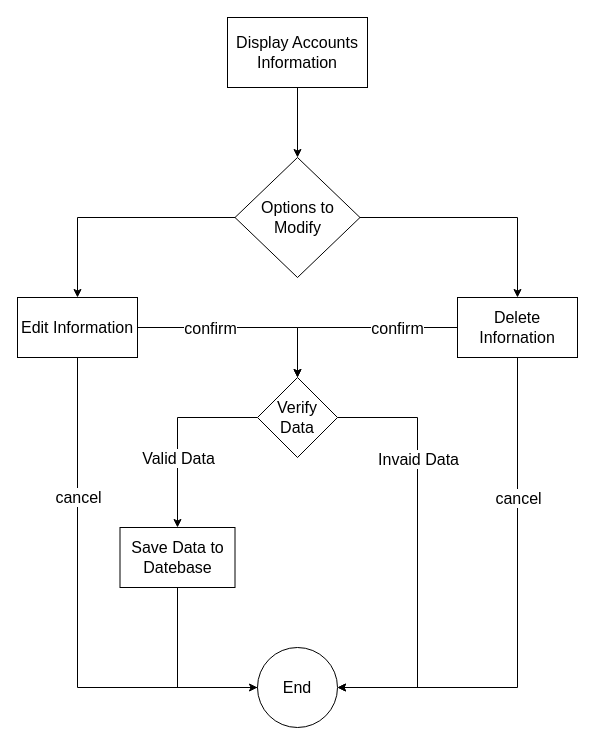
The draw.io diagram activities.drawio in Thxnxt/data, before the edit. Source tidied: cells renumbered, new cells numbered last; positions are measured from the earlier drawing's top-left corner, leaving out a move shared by most shapes. Both pictures are drawn from the tidied source at 100%, with x=0, y=0 at pixel (17, 17).
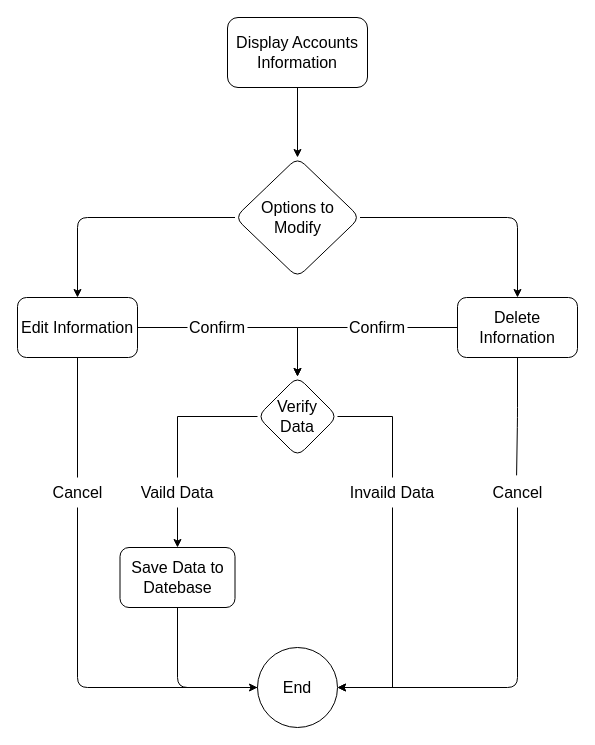
The same page after the edit.

Diff of the diagram source:
```diff
@@
-    <mxCell id="2" style="edgeStyle=orthogonalEdgeStyle;rounded=0;jettySize=auto;html=1;" parent="1" edge="1" source="3" target="6">
+    <mxCell id="2" style="edgeStyle=orthogonalEdgeStyle;rounded=1;jettySize=auto;html=1;labelBackgroundColor=none;fontColor=default;" parent="1" edge="1" source="3" target="6">
       <mxGeometry relative="1" as="geometry" />
     </mxCell>
-    <mxCell id="3" value="&lt;font style=&quot;font-size: 16px;&quot;&gt;Display Accounts Information&lt;/font&gt;" style="rounded=0;whiteSpace=wrap;html=1;" parent="1" vertex="1">
+    <mxCell id="3" value="&lt;font style=&quot;font-size: 16px;&quot;&gt;Display Accounts Information&lt;/font&gt;" style="rounded=1;whiteSpace=wrap;html=1;labelBackgroundColor=none;" parent="1" vertex="1">
       <mxGeometry x="210" width="140" height="70" as="geometry" />
     </mxCell>
-    <mxCell id="4" style="edgeStyle=orthogonalEdgeStyle;rounded=0;jettySize=auto;html=1;" parent="1" edge="1" source="6" target="10">
+    <mxCell id="4" style="edgeStyle=orthogonalEdgeStyle;rounded=1;jettySize=auto;html=1;labelBackgroundColor=none;fontColor=default;" parent="1" edge="1" source="6" target="10">
       <mxGeometry relative="1" as="geometry" />
     </mxCell>
-    <mxCell id="5" style="edgeStyle=orthogonalEdgeStyle;rounded=0;jettySize=auto;html=1;" parent="1" edge="1" source="6" target="15">
+    <mxCell id="5" style="edgeStyle=orthogonalEdgeStyle;rounded=1;jettySize=auto;html=1;labelBackgroundColor=none;fontColor=default;" parent="1" edge="1" source="6" target="15">
       <mxGeometry relative="1" as="geometry" />
     </mxCell>
-    <mxCell id="6" value="&lt;font style=&quot;font-size: 16px;&quot;&gt;Options to Modify&lt;/font&gt;" style="rhombus;whiteSpace=wrap;html=1;" parent="1" vertex="1">
+    <mxCell id="6" value="&lt;font style=&quot;font-size: 16px;&quot;&gt;Options to Modify&lt;/font&gt;" style="rhombus;whiteSpace=wrap;html=1;labelBackgroundColor=none;rounded=1;" parent="1" vertex="1">
       <mxGeometry x="217.5" y="140" width="125" height="120" as="geometry" />
     </mxCell>
-    <mxCell id="7" style="edgeStyle=orthogonalEdgeStyle;rounded=0;jettySize=auto;html=1;exitX=0;exitY=0.5;exitDx=0;exitDy=0;entryX=0.5;entryY=0;entryDx=0;entryDy=0;" parent="1" edge="1" source="10" target="20">
-      <mxGeometry relative="1" as="geometry" />
-    </mxCell>
-    <mxCell id="8" value="&lt;font style=&quot;font-size: 16px;&quot;&gt;confirm&lt;/font&gt;" style="edgeLabel;html=1;align=center;verticalAlign=middle;" parent="7" vertex="1">
-      <mxGeometry x="-0.42" y="3" relative="1" as="geometry">
-        <mxPoint y="-3" as="offset" />
-      </mxGeometry>
-    </mxCell>
-    <mxCell id="9" style="edgeStyle=orthogonalEdgeStyle;rounded=0;jettySize=auto;html=1;entryX=1;entryY=0.5;entryDx=0;entryDy=0;" parent="1" edge="1" source="10" target="23">
+    <mxCell id="9" style="edgeStyle=orthogonalEdgeStyle;rounded=1;jettySize=auto;html=1;entryX=1;entryY=0.5;entryDx=0;entryDy=0;labelBackgroundColor=none;fontColor=default;" parent="1" edge="1" source="34" target="23">
       <mxGeometry relative="1" as="geometry">
         <Array as="points">
           <mxPoint x="500" y="670" />
         </Array>
       </mxGeometry>
     </mxCell>
+    <mxCell id="25" style="edgeStyle=orthogonalEdgeStyle;rounded=0;jettySize=auto;html=1;entryX=0.5;entryY=0;entryDx=0;entryDy=0;" parent="1" edge="1" source="32" target="20">
+      <mxGeometry relative="1" as="geometry" />
+    </mxCell>
-    <mxCell id="10" value="&lt;font style=&quot;font-size: 16px;&quot;&gt;Delete Infornation&lt;/font&gt;" style="whiteSpace=wrap;html=1;" parent="1" vertex="1">
+    <mxCell id="10" value="&lt;font style=&quot;font-size: 16px;&quot;&gt;Delete Infornation&lt;/font&gt;" style="whiteSpace=wrap;html=1;labelBackgroundColor=none;rounded=1;" parent="1" vertex="1">
       <mxGeometry x="440" y="280" width="120" height="60" as="geometry" />
     </mxCell>
-    <mxCell id="11" style="edgeStyle=orthogonalEdgeStyle;rounded=0;jettySize=auto;html=1;" parent="1" edge="1" source="15" target="20">
-      <mxGeometry relative="1" as="geometry" />
-    </mxCell>
-    <mxCell id="12" value="&lt;font style=&quot;font-size: 16px;&quot;&gt;confirm&lt;/font&gt;" style="edgeLabel;html=1;align=center;verticalAlign=middle;" parent="11" vertex="1">
-      <mxGeometry x="-0.37" y="-3" relative="1" as="geometry">
-        <mxPoint x="6" y="-3" as="offset" />
-      </mxGeometry>
-    </mxCell>
-    <mxCell id="13" style="edgeStyle=orthogonalEdgeStyle;rounded=0;jettySize=auto;html=1;entryX=0;entryY=0.5;entryDx=0;entryDy=0;" parent="1" edge="1" source="15" target="23">
+    <mxCell id="13" style="edgeStyle=orthogonalEdgeStyle;rounded=1;jettySize=auto;html=1;entryX=0;entryY=0.5;entryDx=0;entryDy=0;labelBackgroundColor=none;fontColor=default;" parent="1" edge="1" source="36" target="23">
       <mxGeometry relative="1" as="geometry">
         <Array as="points">
           <mxPoint x="60" y="670" />
         </Array>
       </mxGeometry>
     </mxCell>
-    <mxCell id="14" value="&lt;font style=&quot;font-size: 16px;&quot;&gt;cancel&lt;/font&gt;" style="edgeLabel;html=1;align=center;verticalAlign=middle;" parent="13" vertex="1">
-      <mxGeometry x="-0.43" y="3" relative="1" as="geometry">
-        <mxPoint x="-3" y="-6" as="offset" />
-      </mxGeometry>
-    </mxCell>
+    <mxCell id="26" style="edgeStyle=orthogonalEdgeStyle;rounded=0;jettySize=auto;html=1;" parent="1" edge="1" source="30" target="20">
+      <mxGeometry relative="1" as="geometry" />
+    </mxCell>
-    <mxCell id="15" value="&lt;font style=&quot;font-size: 16px;&quot;&gt;Edit Information&lt;/font&gt;" style="whiteSpace=wrap;html=1;" parent="1" vertex="1">
+    <mxCell id="15" value="&lt;font style=&quot;font-size: 16px;&quot;&gt;Edit Information&lt;/font&gt;" style="whiteSpace=wrap;html=1;labelBackgroundColor=none;rounded=1;" parent="1" vertex="1">
       <mxGeometry y="280" width="120" height="60" as="geometry" />
     </mxCell>
-    <mxCell id="16" style="edgeStyle=orthogonalEdgeStyle;rounded=0;jettySize=auto;html=1;" parent="1" edge="1" source="20" target="22">
-      <mxGeometry relative="1" as="geometry">
-        <Array as="points">
-          <mxPoint x="160" y="400" />
-        </Array>
-      </mxGeometry>
-    </mxCell>
-    <mxCell id="17" value="&lt;font style=&quot;font-size: 16px;&quot;&gt;Valid Data&lt;/font&gt;" style="edgeLabel;html=1;align=center;verticalAlign=middle;" parent="16" vertex="1">
-      <mxGeometry x="0.19" y="-1" relative="1" as="geometry">
-        <mxPoint x="1" y="7" as="offset" />
-      </mxGeometry>
-    </mxCell>
-    <mxCell id="18" style="edgeStyle=orthogonalEdgeStyle;rounded=0;jettySize=auto;html=1;" parent="1" edge="1" source="20" target="23">
-      <mxGeometry relative="1" as="geometry">
-        <Array as="points">
-          <mxPoint x="400" y="400" />
-          <mxPoint x="400" y="670" />
-        </Array>
-      </mxGeometry>
-    </mxCell>
-    <mxCell id="19" value="&lt;span style=&quot;font-size: 16px;&quot;&gt;Invaid Data&lt;/span&gt;" style="edgeLabel;html=1;align=center;verticalAlign=middle;" parent="18" vertex="1">
-      <mxGeometry x="-0.09" relative="1" as="geometry">
-        <mxPoint y="-75" as="offset" />
-      </mxGeometry>
-    </mxCell>
+    <mxCell id="27" style="edgeStyle=orthogonalEdgeStyle;rounded=0;jettySize=auto;html=1;endArrow=none;endFill=0;" parent="1" edge="1" source="20" target="38">
+      <mxGeometry relative="1" as="geometry" />
+    </mxCell>
+    <mxCell id="28" style="edgeStyle=orthogonalEdgeStyle;rounded=0;jettySize=auto;html=1;endArrow=none;endFill=0;" parent="1" edge="1" source="20" target="40">
+      <mxGeometry relative="1" as="geometry" />
+    </mxCell>
-    <mxCell id="20" value="&lt;font style=&quot;font-size: 16px;&quot;&gt;Verify Data&lt;/font&gt;" style="rhombus;whiteSpace=wrap;html=1;" parent="1" vertex="1">
-      <mxGeometry x="240" y="360" width="80" height="80" as="geometry" />
+    <mxCell id="20" value="&lt;font style=&quot;font-size: 16px;&quot;&gt;Verify Data&lt;/font&gt;" style="rhombus;whiteSpace=wrap;html=1;labelBackgroundColor=none;rounded=1;" parent="1" vertex="1">
+      <mxGeometry x="240" y="359" width="80" height="80" as="geometry" />
     </mxCell>
-    <mxCell id="21" style="edgeStyle=orthogonalEdgeStyle;rounded=0;jettySize=auto;html=1;entryX=0;entryY=0.5;entryDx=0;entryDy=0;" parent="1" edge="1" source="22" target="23">
+    <mxCell id="21" style="edgeStyle=orthogonalEdgeStyle;rounded=1;jettySize=auto;html=1;entryX=0;entryY=0.5;entryDx=0;entryDy=0;labelBackgroundColor=none;fontColor=default;" parent="1" edge="1" source="22" target="23">
       <mxGeometry relative="1" as="geometry">
         <Array as="points">
           <mxPoint x="160" y="670" />
           <mxPoint x="254" y="670" />
         </Array>
       </mxGeometry>
     </mxCell>
-    <mxCell id="22" value="&lt;font style=&quot;font-size: 16px;&quot;&gt;Save Data to Datebase&lt;/font&gt;" style="whiteSpace=wrap;html=1;" parent="1" vertex="1">
-      <mxGeometry x="102.5" y="510" width="115" height="60" as="geometry" />
+    <mxCell id="22" value="&lt;font style=&quot;font-size: 16px;&quot;&gt;Save Data to Datebase&lt;/font&gt;" style="whiteSpace=wrap;html=1;labelBackgroundColor=none;rounded=1;" parent="1" vertex="1">
+      <mxGeometry x="102.5" y="530" width="115" height="60" as="geometry" />
     </mxCell>
-    <mxCell id="23" value="&lt;font style=&quot;font-size: 16px;&quot;&gt;End&lt;/font&gt;" style="ellipse;whiteSpace=wrap;html=1;" parent="1" vertex="1">
+    <mxCell id="23" value="&lt;font style=&quot;font-size: 16px;&quot;&gt;End&lt;/font&gt;" style="ellipse;whiteSpace=wrap;html=1;labelBackgroundColor=none;rounded=1;" parent="1" vertex="1">
       <mxGeometry x="240" y="630" width="80" height="80" as="geometry" />
     </mxCell>
-    <mxCell id="24" value="&lt;font style=&quot;font-size: 16px;&quot;&gt;cancel&lt;/font&gt;" style="edgeLabel;html=1;align=center;verticalAlign=middle;" parent="1" vertex="1">
-      <mxGeometry x="500" y="480" as="geometry" />
-    </mxCell>
+    <mxCell id="29" style="edgeStyle=orthogonalEdgeStyle;rounded=0;jettySize=auto;html=1;endArrow=none;endFill=0;" parent="1" edge="1" source="15" target="30">
+      <mxGeometry relative="1" as="geometry" />
+    </mxCell>
+    <mxCell id="30" value="&lt;font style=&quot;font-size: 16px;&quot;&gt;Confirm&lt;/font&gt;" style="text;html=1;align=center;verticalAlign=middle;whiteSpace=wrap;rounded=0;rotation=0;" parent="1" vertex="1">
+      <mxGeometry x="170" y="295" width="60" height="30" as="geometry" />
+    </mxCell>
+    <mxCell id="31" style="edgeStyle=orthogonalEdgeStyle;rounded=0;jettySize=auto;html=1;entryX=1;entryY=0.5;entryDx=0;entryDy=0;endArrow=none;endFill=0;" parent="1" edge="1" source="10" target="32">
+      <mxGeometry relative="1" as="geometry" />
+    </mxCell>
+    <mxCell id="32" value="&lt;font style=&quot;font-size: 16px;&quot;&gt;Confirm&lt;/font&gt;" style="text;html=1;align=center;verticalAlign=middle;whiteSpace=wrap;rounded=0;rotation=0;" parent="1" vertex="1">
+      <mxGeometry x="330" y="295" width="60" height="30" as="geometry" />
+    </mxCell>
+    <mxCell id="33" style="edgeStyle=orthogonalEdgeStyle;rounded=1;jettySize=auto;html=1;labelBackgroundColor=none;fontColor=default;entryX=0.487;entryY=-0.071;entryDx=0;entryDy=0;entryPerimeter=0;endArrow=none;endFill=0;" parent="1" edge="1" source="10" target="34">
+      <mxGeometry relative="1" as="geometry" />
+    </mxCell>
+    <mxCell id="34" value="&lt;font style=&quot;font-size: 16px;&quot;&gt;Cancel&lt;/font&gt;" style="text;html=1;align=center;verticalAlign=middle;points=[];strokeColor=none;fillColor=none;" parent="1" vertex="1">
+      <mxGeometry x="465" y="460" width="70" height="30" as="geometry" />
+    </mxCell>
+    <mxCell id="35" style="edgeStyle=orthogonalEdgeStyle;rounded=1;jettySize=auto;html=1;labelBackgroundColor=none;fontColor=default;endArrow=none;endFill=0;" parent="1" edge="1" source="15" target="36">
+      <mxGeometry relative="1" as="geometry" />
+    </mxCell>
+    <mxCell id="36" value="&lt;font style=&quot;font-size: 16px;&quot;&gt;Cancel&lt;/font&gt;" style="text;html=1;align=center;verticalAlign=middle;points=[];strokeColor=none;fillColor=none;" parent="1" vertex="1">
+      <mxGeometry x="25" y="460" width="70" height="30" as="geometry" />
+    </mxCell>
+    <mxCell id="37" style="edgeStyle=orthogonalEdgeStyle;rounded=0;jettySize=auto;html=1;entryX=1;entryY=0.5;entryDx=0;entryDy=0;" parent="1" edge="1" source="38" target="23">
+      <mxGeometry relative="1" as="geometry">
+        <Array as="points">
+          <mxPoint x="375" y="670" />
+        </Array>
+      </mxGeometry>
+    </mxCell>
+    <mxCell id="38" value="&lt;font style=&quot;font-size: 16px;&quot;&gt;Invaild Data&lt;/font&gt;" style="text;html=1;align=center;verticalAlign=middle;whiteSpace=wrap;rounded=0;" parent="1" vertex="1">
+      <mxGeometry x="330" y="460" width="90" height="30" as="geometry" />
+    </mxCell>
+    <mxCell id="39" style="edgeStyle=orthogonalEdgeStyle;rounded=0;jettySize=auto;html=1;" parent="1" edge="1" source="40" target="22">
+      <mxGeometry relative="1" as="geometry" />
+    </mxCell>
+    <mxCell id="40" value="&lt;font style=&quot;font-size: 16px;&quot;&gt;Vaild Data&lt;/font&gt;" style="text;html=1;align=center;verticalAlign=middle;whiteSpace=wrap;rounded=0;" parent="1" vertex="1">
+      <mxGeometry x="115" y="460" width="90" height="30" as="geometry" />
+    </mxCell>
```
